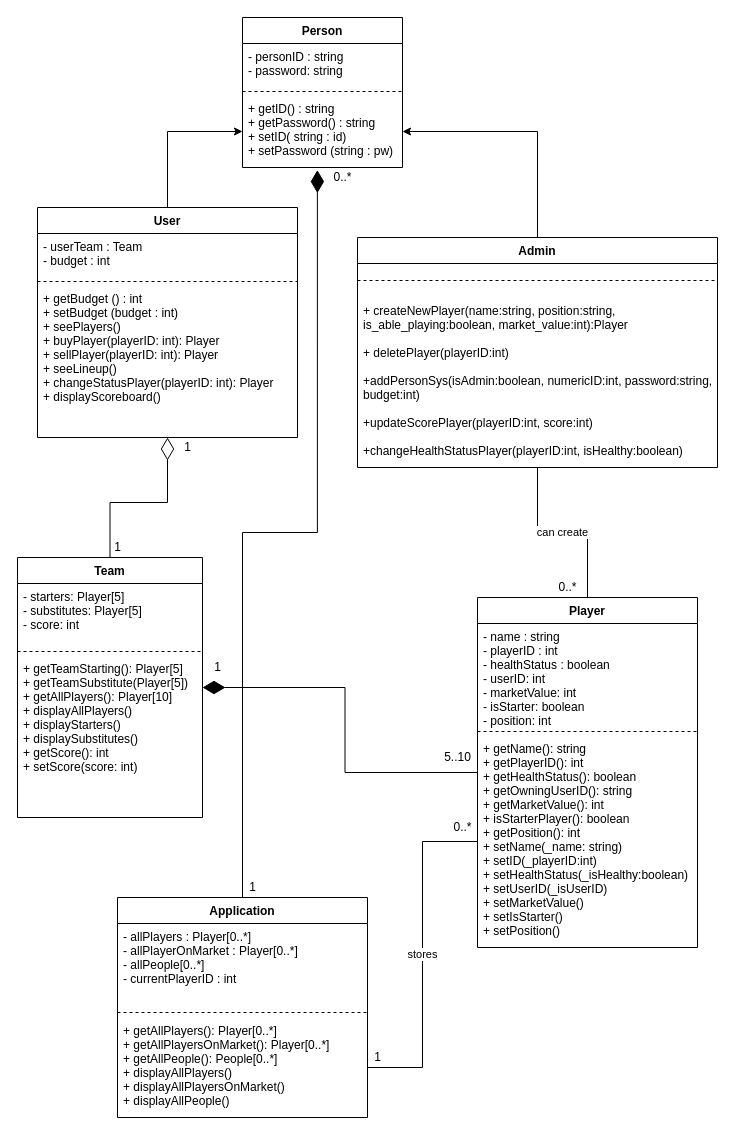
SemjonEschweiler/fantasy_league keeps this draw.io diagram as docs/Fantasy_league.drawio. Above is the earlier version. Source tidied: cells renumbered, new cells numbered last; positions are measured from the earlier drawing's top-left corner, leaving out a move shared by most shapes. Both pictures are drawn from the tidied source at 100%, with x=0, y=0 at pixel (17, 17).
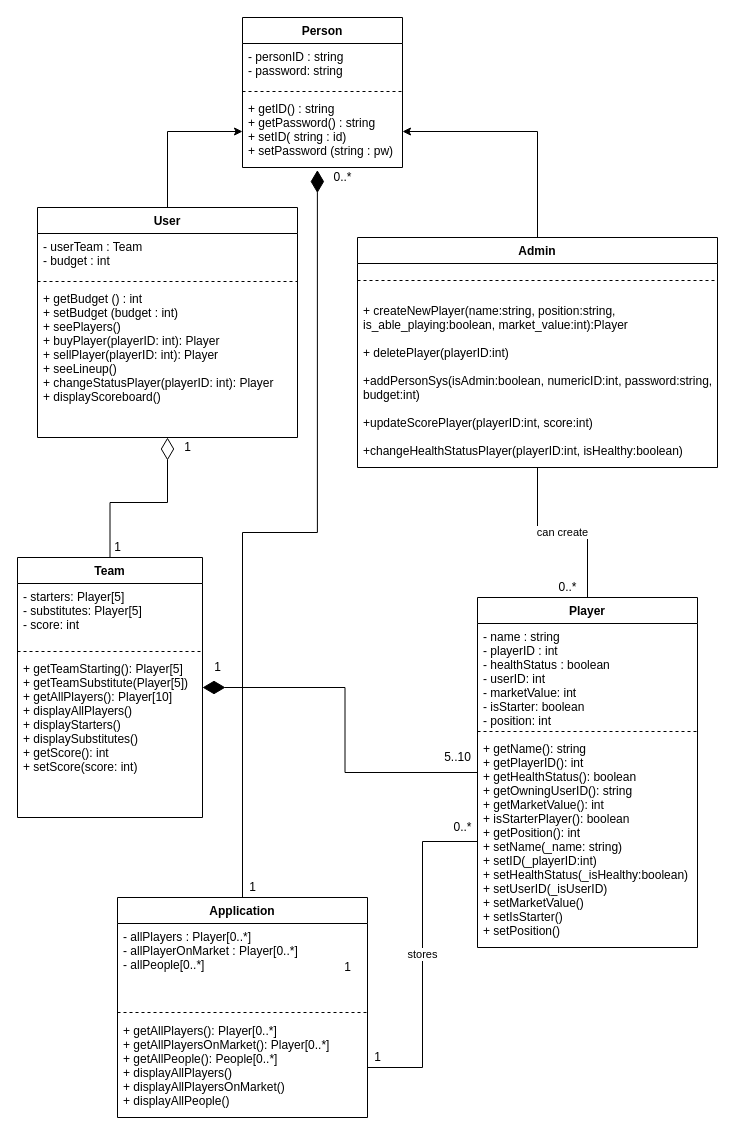
Above is the later version.

The change refers to these unchanged cells:
```xml
<mxCell id="22" value="Application" style="swimlane;fontStyle=1;align=center;verticalAlign=top;horizontal=1;startSize=26;" parent="1" vertex="1">
  <mxGeometry x="100" y="880" width="250" height="220" as="geometry" />
</mxCell>
```

The edit, as a diff of the source:
```diff
@@
-    <mxCell id="23" value="- allPlayers : Player[0..*]&#10;- allPlayerOnMarket : Player[0..*]&#10;- allPeople[0..*]&#10;- currentPlayerID : int&#10;&#10;" style="text;strokeColor=none;fillColor=none;align=left;verticalAlign=top;spacingLeft=4;spacingRight=4;overflow=hidden;" parent="22" vertex="1">
+    <mxCell id="23" value="- allPlayers : Player[0..*]&#10;- allPlayerOnMarket : Player[0..*]&#10;- allPeople[0..*]&#10;" style="text;strokeColor=none;fillColor=none;align=left;verticalAlign=top;spacingLeft=4;spacingRight=4;overflow=hidden;" parent="22" vertex="1">
       <mxGeometry y="26" width="250" height="84" as="geometry" />
     </mxCell>
@@
+    <mxCell id="41" value="1" style="text;html=1;align=center;verticalAlign=middle;strokeColor=none;fillColor=none;" parent="1" vertex="1">
+      <mxGeometry x="320" y="940" width="20" height="20" as="geometry" />
+    </mxCell>
```
